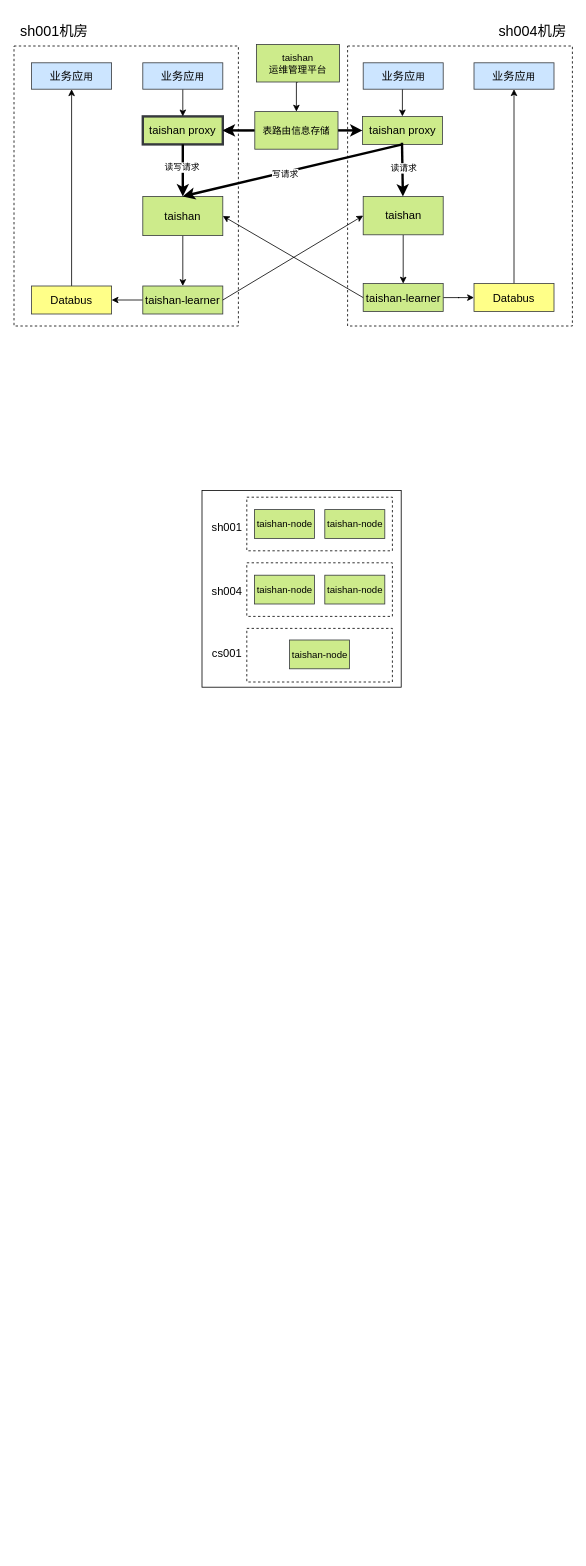
Earlier version of the draw.io diagram 述职.drawio (nanblpc/draw). Source tidied: cells renumbered, new cells numbered last; positions are measured from the earlier drawing's top-left corner, leaving out a move shared by most shapes. Both pictures are drawn from the tidied source at 80%, with x=0, y=0 at pixel (14, 14).
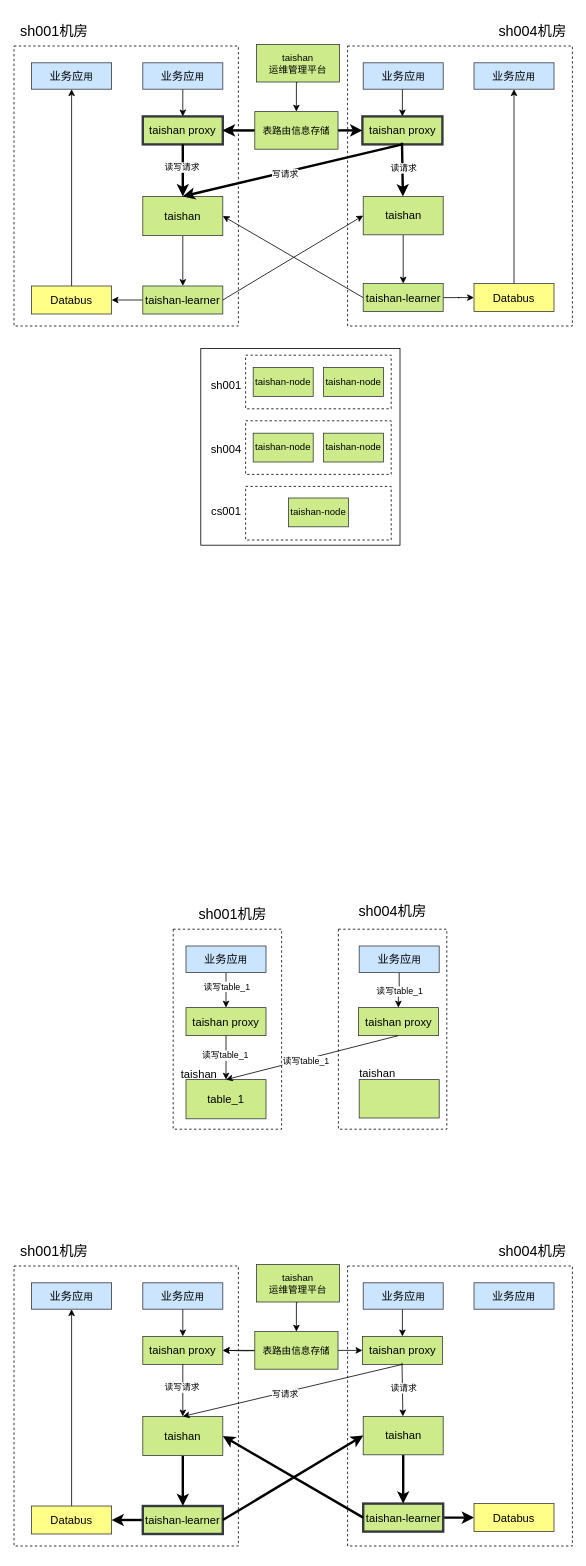
The same diagram, later.

The edit, as a diff of the source:
```diff
@@
+    <mxCell id="56" style="rounded=0;whiteSpace=wrap;html=1;dashed=1;" parent="1" vertex="1">
+      <mxGeometry x="405.5" y="1144" width="135.5" height="250" as="geometry" />
+    </mxCell>
     <mxCell id="2" style="rounded=0;whiteSpace=wrap;html=1;" parent="1" vertex="1">
-      <mxGeometry x="235" y="595.5" width="249" height="246" as="geometry" />
+      <mxGeometry x="233.5" y="418" width="249" height="246" as="geometry" />
     </mxCell>
@@
-    <mxCell id="11" value="&lt;font style=&quot;font-size: 14px;&quot;&gt;taishan proxy&lt;/font&gt;" style="rounded=0;whiteSpace=wrap;html=1;fillColor=#cdeb8b;strokeColor=#36393d;strokeWidth=1;" parent="1" vertex="1">
+    <mxCell id="11" value="&lt;font style=&quot;font-size: 14px;&quot;&gt;taishan proxy&lt;/font&gt;" style="rounded=0;whiteSpace=wrap;html=1;fillColor=#cdeb8b;strokeColor=#36393d;strokeWidth=3;" parent="1" vertex="1">
       <mxGeometry x="435.5" y="128" width="100" height="35" as="geometry" />
     </mxCell>
@@
     <mxCell id="42" style="rounded=0;whiteSpace=wrap;html=1;dashed=1;" parent="1" vertex="1">
-      <mxGeometry x="291" y="604" width="182" height="67" as="geometry" />
+      <mxGeometry x="289.5" y="426.5" width="182" height="67" as="geometry" />
     </mxCell>
     <mxCell id="43" value="taishan-node" style="rounded=0;whiteSpace=wrap;html=1;fillColor=#cdeb8b;strokeColor=#36393d;" parent="1" vertex="1">
-      <mxGeometry x="300.5" y="619.5" width="75" height="36" as="geometry" />
+      <mxGeometry x="299" y="442" width="75" height="36" as="geometry" />
     </mxCell>
@@
     <mxCell id="45" value="taishan-node" style="rounded=0;whiteSpace=wrap;html=1;fillColor=#cdeb8b;strokeColor=#36393d;" parent="1" vertex="1">
-      <mxGeometry x="388.5" y="619.5" width="75" height="36" as="geometry" />
+      <mxGeometry x="387" y="442" width="75" height="36" as="geometry" />
     </mxCell>
     <mxCell id="46" style="rounded=0;whiteSpace=wrap;html=1;dashed=1;" parent="1" vertex="1">
-      <mxGeometry x="291" y="686" width="182" height="67" as="geometry" />
+      <mxGeometry x="289.5" y="508.5" width="182" height="67" as="geometry" />
     </mxCell>
     <mxCell id="47" value="taishan-node" style="rounded=0;whiteSpace=wrap;html=1;fillColor=#cdeb8b;strokeColor=#36393d;" parent="1" vertex="1">
-      <mxGeometry x="300.5" y="701.5" width="75" height="36" as="geometry" />
+      <mxGeometry x="299" y="524" width="75" height="36" as="geometry" />
     </mxCell>
@@
     <mxCell id="49" value="taishan-node" style="rounded=0;whiteSpace=wrap;html=1;fillColor=#cdeb8b;strokeColor=#36393d;" parent="1" vertex="1">
-      <mxGeometry x="388.5" y="701.5" width="75" height="36" as="geometry" />
+      <mxGeometry x="387" y="524" width="75" height="36" as="geometry" />
     </mxCell>
     <mxCell id="50" style="rounded=0;whiteSpace=wrap;html=1;dashed=1;" parent="1" vertex="1">
-      <mxGeometry x="291" y="768" width="182" height="67" as="geometry" />
+      <mxGeometry x="289.5" y="590.5" width="182" height="67" as="geometry" />
     </mxCell>
     <mxCell id="51" value="taishan-node" style="rounded=0;whiteSpace=wrap;html=1;fillColor=#cdeb8b;strokeColor=#36393d;" parent="1" vertex="1">
-      <mxGeometry x="344.5" y="782.5" width="75" height="36" as="geometry" />
+      <mxGeometry x="343" y="605" width="75" height="36" as="geometry" />
     </mxCell>
@@
     <mxCell id="53" value="&lt;span style=&quot;font-weight: normal;&quot;&gt;&lt;font style=&quot;font-size: 14px;&quot;&gt;sh001&lt;/font&gt;&lt;/span&gt;" style="text;strokeColor=none;fillColor=none;html=1;fontSize=24;fontStyle=1;verticalAlign=middle;align=center;" parent="1" vertex="1">
-      <mxGeometry x="229" y="621.5" width="74" height="34" as="geometry" />
+      <mxGeometry x="227.5" y="444" width="74" height="34" as="geometry" />
     </mxCell>
     <mxCell id="54" value="&lt;span style=&quot;font-weight: normal;&quot;&gt;&lt;font style=&quot;font-size: 14px;&quot;&gt;sh004&lt;/font&gt;&lt;/span&gt;" style="text;strokeColor=none;fillColor=none;html=1;fontSize=24;fontStyle=1;verticalAlign=middle;align=center;" parent="1" vertex="1">
-      <mxGeometry x="229" y="701.5" width="74" height="34" as="geometry" />
+      <mxGeometry x="227.5" y="524" width="74" height="34" as="geometry" />
     </mxCell>
     <mxCell id="55" value="&lt;span style=&quot;font-weight: normal;&quot;&gt;&lt;font style=&quot;font-size: 14px;&quot;&gt;cs001&lt;/font&gt;&lt;/span&gt;" style="text;strokeColor=none;fillColor=none;html=1;fontSize=24;fontStyle=1;verticalAlign=middle;align=center;" parent="1" vertex="1">
-      <mxGeometry x="229" y="779" width="74" height="34" as="geometry" />
+      <mxGeometry x="227.5" y="601.5" width="74" height="34" as="geometry" />
     </mxCell>
+    <mxCell id="57" style="rounded=0;whiteSpace=wrap;html=1;dashed=1;" parent="1" vertex="1">
+      <mxGeometry x="199" y="1144" width="135.5" height="250" as="geometry" />
+    </mxCell>
+    <mxCell id="58" value="&lt;font style=&quot;font-size: 14px;&quot;&gt;taishan proxy&lt;/font&gt;" style="rounded=0;whiteSpace=wrap;html=1;fillColor=#cdeb8b;strokeColor=#36393d;strokeWidth=1;" parent="1" vertex="1">
+      <mxGeometry x="215" y="1242" width="100" height="35" as="geometry" />
+    </mxCell>
+    <mxCell id="59" style="edgeStyle=orthogonalEdgeStyle;rounded=0;jettySize=auto;html=1;exitX=0.5;exitY=1;exitDx=0;exitDy=0;entryX=0.5;entryY=0;entryDx=0;entryDy=0;" parent="1" edge="1" source="61" target="58">
+      <mxGeometry relative="1" as="geometry" />
+    </mxCell>
+    <mxCell id="60" value="读写table_1" style="edgeLabel;html=1;align=center;verticalAlign=middle;" parent="59" vertex="1">
+      <mxGeometry x="-0.24" relative="1" as="geometry" />
+    </mxCell>
+    <mxCell id="61" value="&lt;font style=&quot;font-size: 14px;&quot;&gt;业务应&lt;/font&gt;用" style="rounded=0;whiteSpace=wrap;html=1;fillColor=#cce5ff;strokeColor=#36393d;" parent="1" vertex="1">
+      <mxGeometry x="215" y="1165" width="100" height="33" as="geometry" />
+    </mxCell>
+    <mxCell id="62" value="&lt;span style=&quot;font-weight: normal;&quot;&gt;&lt;font style=&quot;font-size: 18px;&quot;&gt;sh001机房&lt;/font&gt;&lt;/span&gt;" style="text;strokeColor=none;fillColor=none;html=1;fontSize=24;fontStyle=1;verticalAlign=middle;align=center;" parent="1" vertex="1">
+      <mxGeometry x="223" y="1104" width="100" height="40" as="geometry" />
+    </mxCell>
+    <mxCell id="63" value="&lt;font style=&quot;font-size: 14px;&quot;&gt;taishan proxy&lt;/font&gt;" style="rounded=0;whiteSpace=wrap;html=1;fillColor=#cdeb8b;strokeColor=#36393d;strokeWidth=1;" parent="1" vertex="1">
+      <mxGeometry x="430.5" y="1242" width="100" height="35" as="geometry" />
+    </mxCell>
+    <mxCell id="64" style="edgeStyle=orthogonalEdgeStyle;rounded=0;jettySize=auto;html=1;exitX=0.5;exitY=1;exitDx=0;exitDy=0;entryX=0.5;entryY=0;entryDx=0;entryDy=0;" parent="1" edge="1" source="66" target="63">
+      <mxGeometry relative="1" as="geometry" />
+    </mxCell>
+    <mxCell id="65" value="读写table_1" style="edgeLabel;html=1;align=center;verticalAlign=middle;" parent="64" vertex="1">
+      <mxGeometry x="-0.03" y="1" relative="1" as="geometry" />
+    </mxCell>
+    <mxCell id="66" value="&lt;font style=&quot;font-size: 14px;&quot;&gt;业务应&lt;/font&gt;用" style="rounded=0;whiteSpace=wrap;html=1;fillColor=#cce5ff;strokeColor=#36393d;" parent="1" vertex="1">
+      <mxGeometry x="431.5" y="1165" width="100" height="33" as="geometry" />
+    </mxCell>
+    <mxCell id="67" style="rounded=0;whiteSpace=wrap;html=1;fillColor=#cdeb8b;strokeColor=#36393d;" parent="1" vertex="1">
+      <mxGeometry x="431.5" y="1332" width="100" height="48" as="geometry" />
+    </mxCell>
+    <mxCell id="68" value="&lt;span style=&quot;font-size: 14px;&quot;&gt;table_1&lt;/span&gt;" style="rounded=0;whiteSpace=wrap;html=1;fillColor=#cdeb8b;strokeColor=#36393d;" parent="1" vertex="1">
+      <mxGeometry x="215" y="1332" width="100" height="49" as="geometry" />
+    </mxCell>
+    <mxCell id="69" style="endArrow=classic;html=1;rounded=0;exitX=0.5;exitY=1;exitDx=0;exitDy=0;entryX=0.5;entryY=0;entryDx=0;entryDy=0;strokeWidth=1;" parent="1" edge="1" source="58" target="68">
+      <mxGeometry relative="1" as="geometry" />
+    </mxCell>
+    <mxCell id="70" value="读写table_1" style="edgeLabel;html=1;align=center;verticalAlign=middle;" parent="69" vertex="1">
+      <mxGeometry x="-0.14" y="-2" relative="1" as="geometry" />
+    </mxCell>
+    <mxCell id="71" style="endArrow=classic;html=1;rounded=0;exitX=0.5;exitY=1;exitDx=0;exitDy=0;entryX=0.5;entryY=0;entryDx=0;entryDy=0;strokeWidth=1;" parent="1" edge="1" source="63" target="68">
+      <mxGeometry relative="1" as="geometry" />
+    </mxCell>
+    <mxCell id="72" value="读写table_1" style="edgeLabel;html=1;align=center;verticalAlign=middle;" parent="71" vertex="1">
+      <mxGeometry x="0.08" y="2" relative="1" as="geometry" />
+    </mxCell>
+    <mxCell id="73" style="edgeStyle=orthogonalEdgeStyle;rounded=0;orthogonalLoop=1;jettySize=auto;html=1;exitX=0.5;exitY=1;exitDx=0;exitDy=0;" parent="1" edge="1">
+      <mxGeometry relative="1" as="geometry">
+        <mxPoint x="582.5" y="1132" as="sourcePoint" />
+        <mxPoint x="582.5" y="1132" as="targetPoint" />
+      </mxGeometry>
+    </mxCell>
+    <mxCell id="74" value="&lt;span style=&quot;font-weight: normal;&quot;&gt;&lt;font style=&quot;font-size: 18px;&quot;&gt;sh004机房&lt;/font&gt;&lt;/span&gt;" style="text;strokeColor=none;fillColor=none;html=1;fontSize=24;fontStyle=1;verticalAlign=middle;align=center;" parent="1" vertex="1">
+      <mxGeometry x="423.2" y="1100" width="100" height="40" as="geometry" />
+    </mxCell>
+    <mxCell id="75" value="&lt;font style=&quot;font-size: 14px; font-weight: normal;&quot;&gt;taishan&lt;/font&gt;" style="text;strokeColor=none;fillColor=none;html=1;fontSize=24;fontStyle=1;verticalAlign=middle;align=center;" parent="1" vertex="1">
+      <mxGeometry x="208" y="1314" width="46" height="16" as="geometry" />
+    </mxCell>
+    <mxCell id="76" value="&lt;font style=&quot;font-size: 14px; font-weight: normal;&quot;&gt;taishan&lt;/font&gt;" style="text;strokeColor=none;fillColor=none;html=1;fontSize=24;fontStyle=1;verticalAlign=middle;align=center;" parent="1" vertex="1">
+      <mxGeometry x="430.5" y="1313" width="46" height="16" as="geometry" />
+    </mxCell>
+    <mxCell id="77" style="rounded=0;whiteSpace=wrap;html=1;dashed=1;" parent="1" vertex="1">
+      <mxGeometry y="1565" width="280.5" height="350" as="geometry" />
+    </mxCell>
+    <mxCell id="78" value="&lt;font style=&quot;font-size: 14px;&quot;&gt;taishan proxy&lt;/font&gt;" style="rounded=0;whiteSpace=wrap;html=1;fillColor=#cdeb8b;strokeColor=#36393d;strokeWidth=1;" parent="1" vertex="1">
+      <mxGeometry x="161" y="1653" width="100" height="35" as="geometry" />
+    </mxCell>
+    <mxCell id="79" style="edgeStyle=orthogonalEdgeStyle;rounded=0;jettySize=auto;html=1;exitX=0.5;exitY=1;exitDx=0;exitDy=0;entryX=0.5;entryY=0;entryDx=0;entryDy=0;" parent="1" edge="1" source="80" target="78">
+      <mxGeometry relative="1" as="geometry" />
+    </mxCell>
+    <mxCell id="80" value="&lt;font style=&quot;font-size: 14px;&quot;&gt;业务应&lt;/font&gt;用" style="rounded=0;whiteSpace=wrap;html=1;fillColor=#cce5ff;strokeColor=#36393d;" parent="1" vertex="1">
+      <mxGeometry x="161" y="1586" width="100" height="33" as="geometry" />
+    </mxCell>
+    <mxCell id="81" value="&lt;span style=&quot;font-weight: normal;&quot;&gt;&lt;font style=&quot;font-size: 18px;&quot;&gt;sh001机房&lt;/font&gt;&lt;/span&gt;" style="text;strokeColor=none;fillColor=none;html=1;fontSize=24;fontStyle=1;verticalAlign=middle;align=center;" parent="1" vertex="1">
+      <mxGeometry y="1525" width="100" height="40" as="geometry" />
+    </mxCell>
+    <mxCell id="82" style="edgeStyle=orthogonalEdgeStyle;rounded=0;jettySize=auto;html=1;exitX=0;exitY=0.5;exitDx=0;exitDy=0;entryX=1;entryY=0.5;entryDx=0;entryDy=0;strokeWidth=3;" parent="1" edge="1" source="83" target="109">
+      <mxGeometry relative="1" as="geometry" />
+    </mxCell>
+    <mxCell id="83" value="&lt;font style=&quot;font-size: 14px;&quot;&gt;taishan-learner&lt;/font&gt;" style="rounded=0;whiteSpace=wrap;html=1;fillColor=#cdeb8b;strokeColor=#36393d;strokeWidth=3;" parent="1" vertex="1">
+      <mxGeometry x="161" y="1865" width="100" height="35" as="geometry" />
+    </mxCell>
+    <mxCell id="84" style="rounded=0;whiteSpace=wrap;html=1;dashed=1;" parent="1" vertex="1">
+      <mxGeometry x="417" y="1565" width="281" height="350" as="geometry" />
+    </mxCell>
+    <mxCell id="85" value="&lt;font style=&quot;font-size: 14px;&quot;&gt;taishan proxy&lt;/font&gt;" style="rounded=0;whiteSpace=wrap;html=1;fillColor=#cdeb8b;strokeColor=#36393d;strokeWidth=1;" parent="1" vertex="1">
+      <mxGeometry x="435.5" y="1653" width="100" height="35" as="geometry" />
+    </mxCell>
+    <mxCell id="86" style="edgeStyle=orthogonalEdgeStyle;rounded=0;jettySize=auto;html=1;exitX=0.5;exitY=1;exitDx=0;exitDy=0;entryX=0.5;entryY=0;entryDx=0;entryDy=0;" parent="1" edge="1" source="87" target="85">
+      <mxGeometry relative="1" as="geometry" />
+    </mxCell>
+    <mxCell id="87" value="&lt;font style=&quot;font-size: 14px;&quot;&gt;业务应&lt;/font&gt;用" style="rounded=0;whiteSpace=wrap;html=1;fillColor=#cce5ff;strokeColor=#36393d;" parent="1" vertex="1">
+      <mxGeometry x="436.5" y="1586" width="100" height="33" as="geometry" />
+    </mxCell>
+    <mxCell id="88" value="&lt;span style=&quot;font-weight: normal;&quot;&gt;&lt;font style=&quot;font-size: 18px;&quot;&gt;sh004机房&lt;/font&gt;&lt;/span&gt;" style="text;strokeColor=none;fillColor=none;html=1;fontSize=24;fontStyle=1;verticalAlign=middle;align=center;" parent="1" vertex="1">
+      <mxGeometry x="598" y="1525" width="100" height="40" as="geometry" />
+    </mxCell>
+    <mxCell id="89" style="edgeStyle=orthogonalEdgeStyle;rounded=0;jettySize=auto;html=1;exitX=1;exitY=0.5;exitDx=0;exitDy=0;strokeWidth=3;" parent="1" edge="1" source="90" target="110">
+      <mxGeometry relative="1" as="geometry" />
+    </mxCell>
+    <mxCell id="90" value="&lt;font style=&quot;font-size: 14px;&quot;&gt;taishan-learner&lt;/font&gt;" style="rounded=0;whiteSpace=wrap;html=1;fillColor=#cdeb8b;strokeColor=#36393d;strokeWidth=3;" parent="1" vertex="1">
+      <mxGeometry x="436.5" y="1862" width="100" height="35" as="geometry" />
+    </mxCell>
+    <mxCell id="91" style="edgeStyle=orthogonalEdgeStyle;rounded=0;jettySize=auto;html=1;exitX=0.5;exitY=1;exitDx=0;exitDy=0;entryX=0.5;entryY=0;entryDx=0;entryDy=0;strokeWidth=3;" parent="1" edge="1" source="92" target="90">
+      <mxGeometry relative="1" as="geometry" />
+    </mxCell>
+    <mxCell id="92" value="&lt;font style=&quot;font-size: 14px;&quot;&gt;taishan&lt;/font&gt;" style="rounded=0;whiteSpace=wrap;html=1;fillColor=#cdeb8b;strokeColor=#36393d;" parent="1" vertex="1">
+      <mxGeometry x="436.5" y="1753" width="100" height="48" as="geometry" />
+    </mxCell>
+    <mxCell id="93" style="edgeStyle=orthogonalEdgeStyle;rounded=0;jettySize=auto;html=1;exitX=0.5;exitY=1;exitDx=0;exitDy=0;entryX=0.5;entryY=0;entryDx=0;entryDy=0;strokeWidth=3;" parent="1" edge="1" source="94" target="83">
+      <mxGeometry relative="1" as="geometry" />
+    </mxCell>
+    <mxCell id="94" value="&lt;font style=&quot;font-size: 14px;&quot;&gt;taishan&lt;/font&gt;" style="rounded=0;whiteSpace=wrap;html=1;fillColor=#cdeb8b;strokeColor=#36393d;" parent="1" vertex="1">
+      <mxGeometry x="161" y="1753" width="100" height="49" as="geometry" />
+    </mxCell>
+    <mxCell id="95" style="endArrow=classic;html=1;rounded=0;exitX=0.5;exitY=1;exitDx=0;exitDy=0;entryX=0.5;entryY=0;entryDx=0;entryDy=0;strokeWidth=1;" parent="1" edge="1" source="78" target="94">
+      <mxGeometry relative="1" as="geometry" />
+    </mxCell>
+    <mxCell id="96" value="读写请求" style="edgeLabel;html=1;align=center;verticalAlign=middle;" parent="95" vertex="1">
+      <mxGeometry x="-0.14" y="-2" relative="1" as="geometry" />
+    </mxCell>
+    <mxCell id="97" style="endArrow=classic;html=1;rounded=0;exitX=0.5;exitY=1;exitDx=0;exitDy=0;entryX=0.5;entryY=0;entryDx=0;entryDy=0;strokeWidth=1;" parent="1" edge="1" source="85" target="94">
+      <mxGeometry relative="1" as="geometry" />
+    </mxCell>
+    <mxCell id="98" value="写请求" style="edgeLabel;html=1;align=center;verticalAlign=middle;" parent="97" vertex="1">
+      <mxGeometry x="0.08" y="2" relative="1" as="geometry" />
+    </mxCell>
+    <mxCell id="99" style="endArrow=classic;html=1;rounded=0;strokeWidth=1;" parent="1" edge="1" target="92">
+      <mxGeometry relative="1" as="geometry">
+        <mxPoint x="485" y="1686" as="sourcePoint" />
+      </mxGeometry>
+    </mxCell>
+    <mxCell id="100" value="读请求" style="edgeLabel;html=1;align=center;verticalAlign=middle;" parent="99" vertex="1">
+      <mxGeometry x="-0.04" y="1" relative="1" as="geometry" />
+    </mxCell>
+    <mxCell id="101" style="edgeStyle=orthogonalEdgeStyle;rounded=0;jettySize=auto;html=1;exitX=1;exitY=0.5;exitDx=0;exitDy=0;entryX=0;entryY=0.5;entryDx=0;entryDy=0;strokeWidth=1;" parent="1" edge="1" source="104" target="85">
+      <mxGeometry relative="1" as="geometry" />
+    </mxCell>
+    <mxCell id="102" style="edgeStyle=orthogonalEdgeStyle;rounded=0;jettySize=auto;html=1;exitX=0;exitY=0.5;exitDx=0;exitDy=0;entryX=1;entryY=0.5;entryDx=0;entryDy=0;" parent="1" edge="1" target="78">
+      <mxGeometry relative="1" as="geometry">
+        <mxPoint x="318" y="1670.5" as="sourcePoint" />
+      </mxGeometry>
+    </mxCell>
+    <mxCell id="103" style="edgeStyle=orthogonalEdgeStyle;rounded=0;jettySize=auto;html=1;strokeWidth=1;" parent="1" edge="1" source="104" target="78">
+      <mxGeometry relative="1" as="geometry" />
+    </mxCell>
+    <mxCell id="104" value="表路由信息存储" style="rounded=0;whiteSpace=wrap;html=1;fillColor=#cdeb8b;strokeColor=#36393d;strokeWidth=1;" parent="1" vertex="1">
+      <mxGeometry x="301" y="1647" width="104" height="47" as="geometry" />
+    </mxCell>
+    <mxCell id="105" style="edgeStyle=orthogonalEdgeStyle;rounded=0;orthogonalLoop=1;jettySize=auto;html=1;exitX=0.5;exitY=1;exitDx=0;exitDy=0;" parent="1" edge="1" source="84" target="84">
+      <mxGeometry relative="1" as="geometry" />
+    </mxCell>
+    <mxCell id="106" style="endArrow=classic;html=1;rounded=0;exitX=1;exitY=0.5;exitDx=0;exitDy=0;entryX=0;entryY=0.5;entryDx=0;entryDy=0;strokeWidth=3;" parent="1" edge="1" source="83" target="92">
+      <mxGeometry relative="1" as="geometry" />
+    </mxCell>
+    <mxCell id="107" style="endArrow=classic;html=1;rounded=0;exitX=0;exitY=0.5;exitDx=0;exitDy=0;entryX=1;entryY=0.5;entryDx=0;entryDy=0;strokeWidth=3;" parent="1" edge="1" source="90" target="94">
+      <mxGeometry relative="1" as="geometry" />
+    </mxCell>
+    <mxCell id="108" style="edgeStyle=orthogonalEdgeStyle;rounded=0;jettySize=auto;html=1;exitX=0.5;exitY=0;exitDx=0;exitDy=0;entryX=0.5;entryY=1;entryDx=0;entryDy=0;" parent="1" edge="1" source="109" target="111">
+      <mxGeometry relative="1" as="geometry" />
+    </mxCell>
+    <mxCell id="109" value="&lt;span style=&quot;font-size: 14px;&quot;&gt;Databus&lt;/span&gt;" style="rounded=0;whiteSpace=wrap;html=1;fillColor=#ffff88;strokeColor=#36393d;" parent="1" vertex="1">
+      <mxGeometry x="22" y="1865" width="100" height="35" as="geometry" />
+    </mxCell>
+    <mxCell id="110" value="&lt;span style=&quot;font-size: 14px;&quot;&gt;Databus&lt;/span&gt;" style="rounded=0;whiteSpace=wrap;html=1;fillColor=#ffff88;strokeColor=#36393d;" parent="1" vertex="1">
+      <mxGeometry x="575" y="1862" width="100" height="35" as="geometry" />
+    </mxCell>
+    <mxCell id="111" value="&lt;font style=&quot;font-size: 14px;&quot;&gt;业务应&lt;/font&gt;用" style="rounded=0;whiteSpace=wrap;html=1;fillColor=#cce5ff;strokeColor=#36393d;" parent="1" vertex="1">
+      <mxGeometry x="22" y="1586" width="100" height="33" as="geometry" />
+    </mxCell>
+    <mxCell id="112" value="&lt;font style=&quot;font-size: 14px;&quot;&gt;业务应&lt;/font&gt;用" style="rounded=0;whiteSpace=wrap;html=1;fillColor=#cce5ff;strokeColor=#36393d;" parent="1" vertex="1">
+      <mxGeometry x="575" y="1586" width="100" height="33" as="geometry" />
+    </mxCell>
+    <mxCell id="113" style="edgeStyle=orthogonalEdgeStyle;rounded=0;jettySize=auto;html=1;exitX=0.5;exitY=1;exitDx=0;exitDy=0;entryX=0.5;entryY=0;entryDx=0;entryDy=0;" parent="1" edge="1" source="114" target="104">
+      <mxGeometry relative="1" as="geometry" />
+    </mxCell>
+    <mxCell id="114" value="taishan&lt;div&gt;运维管理平台&lt;/div&gt;" style="rounded=0;whiteSpace=wrap;html=1;fillColor=#cdeb8b;strokeColor=#36393d;" parent="1" vertex="1">
+      <mxGeometry x="303" y="1563" width="104" height="47" as="geometry" />
+    </mxCell>
```
